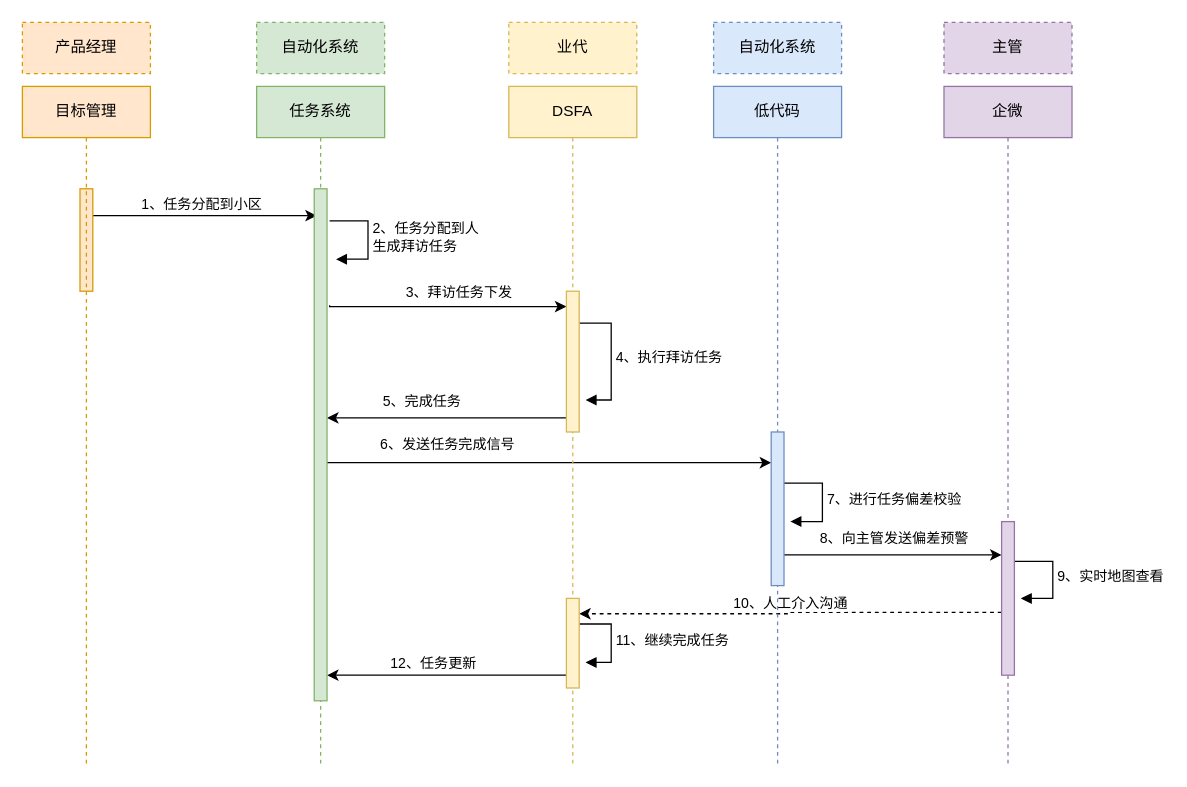
This is 【0424】时序图.drawio from 18857545022/-, a draw.io file, before an edit. Source tidied: cells renumbered, new cells numbered last; positions are measured from the earlier drawing's top-left corner, leaving out a move shared by most shapes. Both pictures are drawn from the tidied source at 128%, with x=0, y=0 at pixel (22, 22).
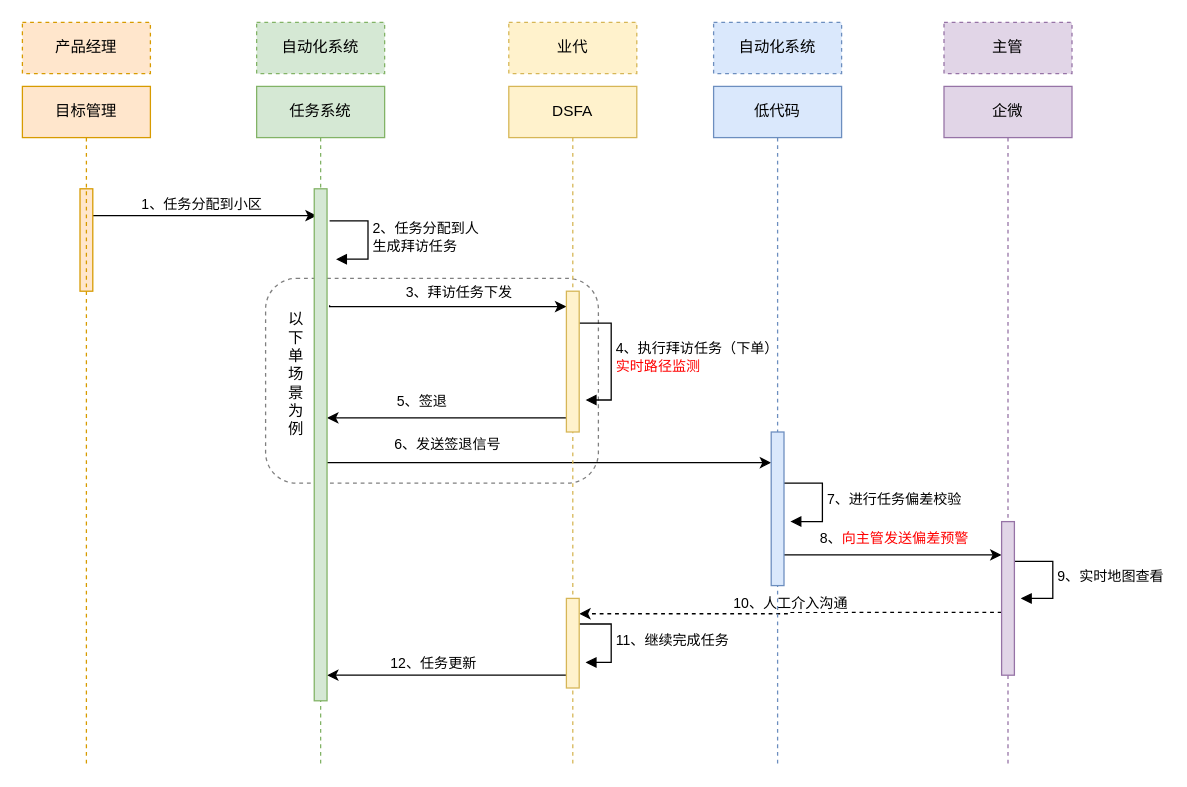
After the change.

Commit message:
更新【0424】时序图.drawio

Unchanged cells that the change refers to:
```xml
<mxCell id="7" style="edgeStyle=orthogonalEdgeStyle;rounded=0;orthogonalLoop=1;jettySize=auto;html=1;curved=0;" parent="1" edge="1">
  <mxGeometry relative="1" as="geometry">
    <mxPoint x="238" y="344" as="sourcePoint" />
    <mxPoint x="585" y="344" as="targetPoint" />
    <Array as="points">
      <mxPoint x="510" y="344" />
      <mxPoint x="510" y="344" />
    </Array>
  </mxGeometry>
</mxCell>
<mxCell id="9" style="edgeStyle=orthogonalEdgeStyle;rounded=0;orthogonalLoop=1;jettySize=auto;html=1;curved=0;" parent="1" edge="1">
  <mxGeometry relative="1" as="geometry">
    <mxPoint x="425" y="309" as="sourcePoint" />
    <mxPoint x="238" y="309" as="targetPoint" />
  </mxGeometry>
</mxCell>
<mxCell id="12" style="edgeStyle=orthogonalEdgeStyle;rounded=0;orthogonalLoop=1;jettySize=auto;html=1;curved=0;" parent="1" edge="1">
  <mxGeometry relative="1" as="geometry">
    <mxPoint x="595" y="416" as="sourcePoint" />
    <mxPoint x="765" y="416" as="targetPoint" />
    <Array as="points">
      <mxPoint x="640" y="416" />
      <mxPoint x="640" y="416" />
    </Array>
  </mxGeometry>
</mxCell>
```

The edit, as a diff of the source:
```diff
@@
+    <mxCell id="37" style="rounded=1;whiteSpace=wrap;html=1;dashed=1;opacity=50;" parent="1" vertex="1">
+      <mxGeometry x="190" y="200" width="260" height="160" as="geometry" />
+    </mxCell>
@@
-    <mxCell id="8" value="6、发送任务完成信号" style="edgeLabel;html=1;align=center;verticalAlign=middle;" parent="7" vertex="1">
+    <mxCell id="8" value="6、发送签退信号" style="edgeLabel;html=1;align=center;verticalAlign=middle;" parent="7" vertex="1">
       <mxGeometry x="-0.2" relative="1" as="geometry">
         <mxPoint x="-46" y="-15" as="offset" />
       </mxGeometry>
     </mxCell>
@@
-    <mxCell id="10" value="5、完成任务" style="edgeLabel;html=1;align=center;verticalAlign=middle;" parent="9" vertex="1">
+    <mxCell id="10" value="5、签退" style="edgeLabel;html=1;align=center;verticalAlign=middle;" parent="9" vertex="1">
       <mxGeometry x="0.25" y="1" relative="1" as="geometry">
         <mxPoint x="3" y="-15" as="offset" />
       </mxGeometry>
     </mxCell>
-    <mxCell id="11" value="4、执行拜访任务" style="html=1;align=left;spacingLeft=2;endArrow=block;rounded=0;edgeStyle=orthogonalEdgeStyle;curved=0;rounded=0;" parent="1" edge="1">
+    <mxCell id="11" value="4、执行拜访任务（下单）&lt;br&gt;&lt;font color=&quot;#ff0000&quot;&gt;实时路径监测&lt;/font&gt;" style="html=1;align=left;spacingLeft=2;endArrow=block;rounded=0;edgeStyle=orthogonalEdgeStyle;curved=0;rounded=0;" parent="1" edge="1">
       <mxGeometry x="-0.01" relative="1" as="geometry">
         <mxPoint x="435" y="235" as="sourcePoint" />
         <mxPoint x="440" y="295" as="targetPoint" />
         <Array as="points">
           <mxPoint x="460" y="235" />
           <mxPoint x="460" y="295" />
         </Array>
       </mxGeometry>
     </mxCell>
@@
-    <mxCell id="13" value="8、向主管发送偏差预警" style="edgeLabel;html=1;align=center;verticalAlign=middle;" parent="12" vertex="1">
+    <mxCell id="13" value="8、&lt;font color=&quot;#ff0000&quot;&gt;向主管发送偏差预警&lt;/font&gt;" style="edgeLabel;html=1;align=center;verticalAlign=middle;" parent="12" vertex="1">
       <mxGeometry x="-0.25" y="-2" relative="1" as="geometry">
         <mxPoint x="21" y="-16" as="offset" />
       </mxGeometry>
     </mxCell>
@@
+    <mxCell id="38" value="以下单场景为例" style="text;html=1;align=center;verticalAlign=middle;whiteSpace=wrap;rounded=0;" parent="1" vertex="1">
+      <mxGeometry x="204" y="260" width="20" height="30" as="geometry" />
+    </mxCell>
```
